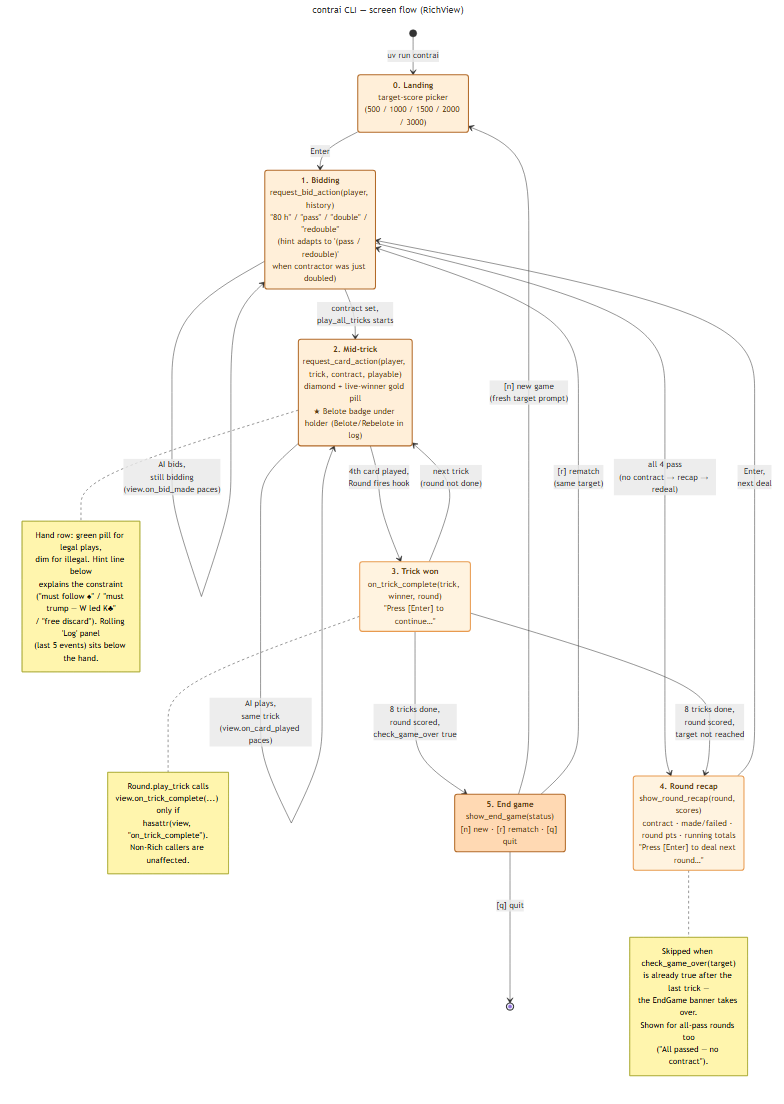
valmathieu/ContrAI keeps this Mermaid diagram as docs/diagrams/state_cli_screens.png. Above is the earlier version. Its source is kept beside it as docs/diagrams/state_cli_screens.mmd.
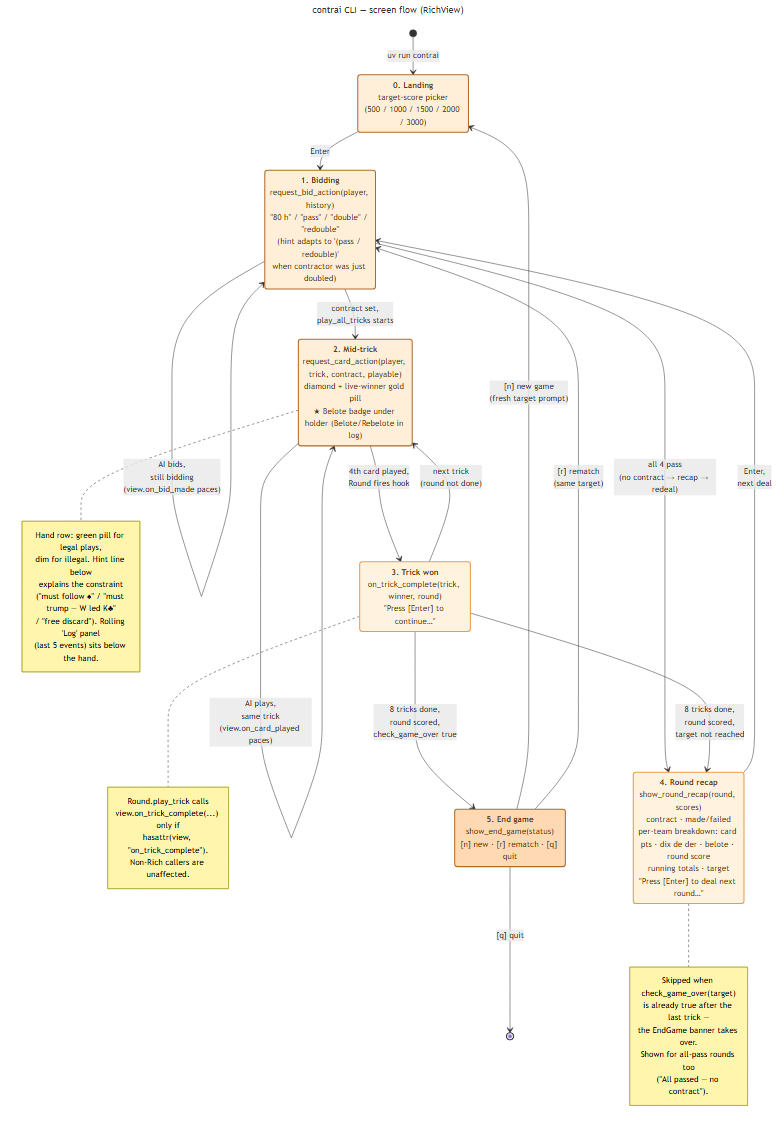
The same diagram one commit later.

Commit message:
feat(engine): break down round score by component in recap panel

Diff of the diagram source:
```diff
@@ -10,7 +10,7 @@
     Bidding : <b>1. Bidding</b><br/>request_bid_action(player, history)<br/>"80 h" / "pass" / "double" / "redouble"<br/>(hint adapts to '(pass / redouble)'<br/>when contractor was just doubled)
     MidTrick : <b>2. Mid-trick</b><br/>request_card_action(player, trick, contract, playable)<br/>diamond + live-winner gold pill<br/>★ Belote badge under holder (Belote/Rebelote in log)
     TrickWon : <b>3. Trick won</b><br/>on_trick_complete(trick, winner, round)<br/>"Press [Enter] to continue…"
-    RoundRecap : <b>4. Round recap</b><br/>show_round_recap(round, scores)<br/>contract · made/failed · round pts · running totals<br/>"Press [Enter] to deal next round…"
+    RoundRecap : <b>4. Round recap</b><br/>show_round_recap(round, scores)<br/>contract · made/failed<br/>per-team breakdown: card pts · dix de der · belote · round score<br/>running totals · target<br/>"Press [Enter] to deal next round…"
     EndGame : <b>5. End game</b><br/>show_end_game(status)<br/>[n] new · [r] rematch · [q] quit
 
     Landing --> Bidding : Enter
```
